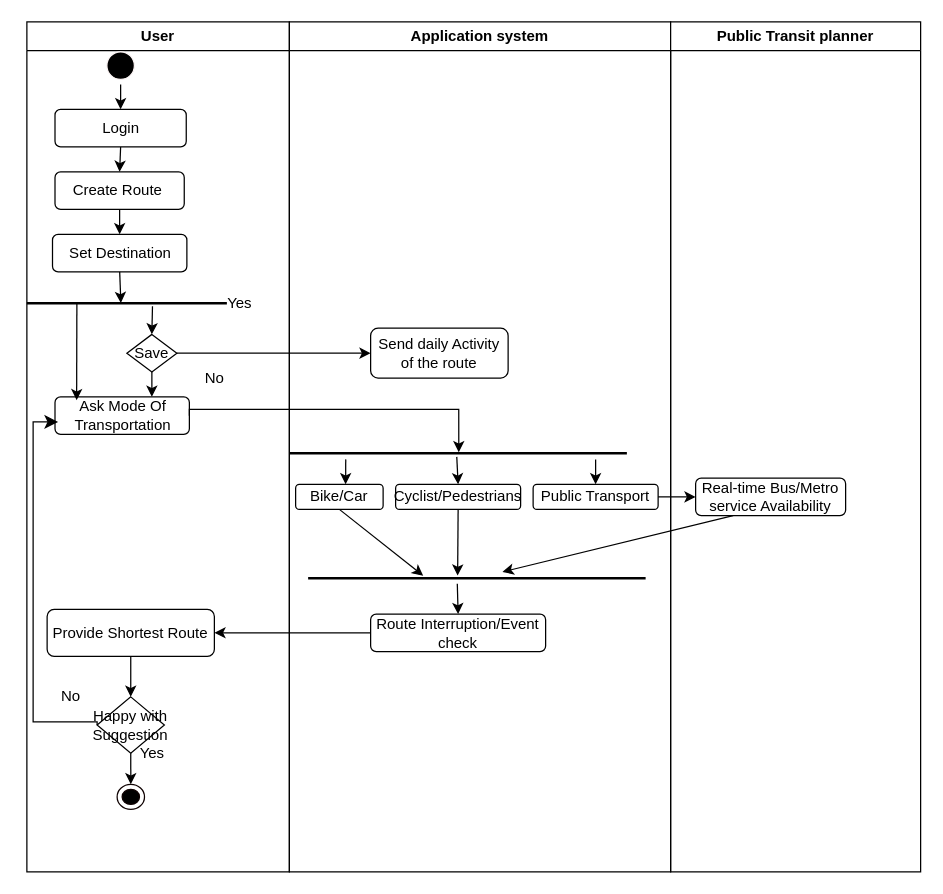
Before: CreateRoute.drawio in HariniRavi490/Demo-Repo, a draw.io diagram. Source tidied: cells renumbered, new cells numbered last; positions are measured from the earlier drawing's top-left corner, leaving out a move shared by most shapes. Both pictures are drawn from the tidied source at 125%, with x=0, y=0 at pixel (26, 21).
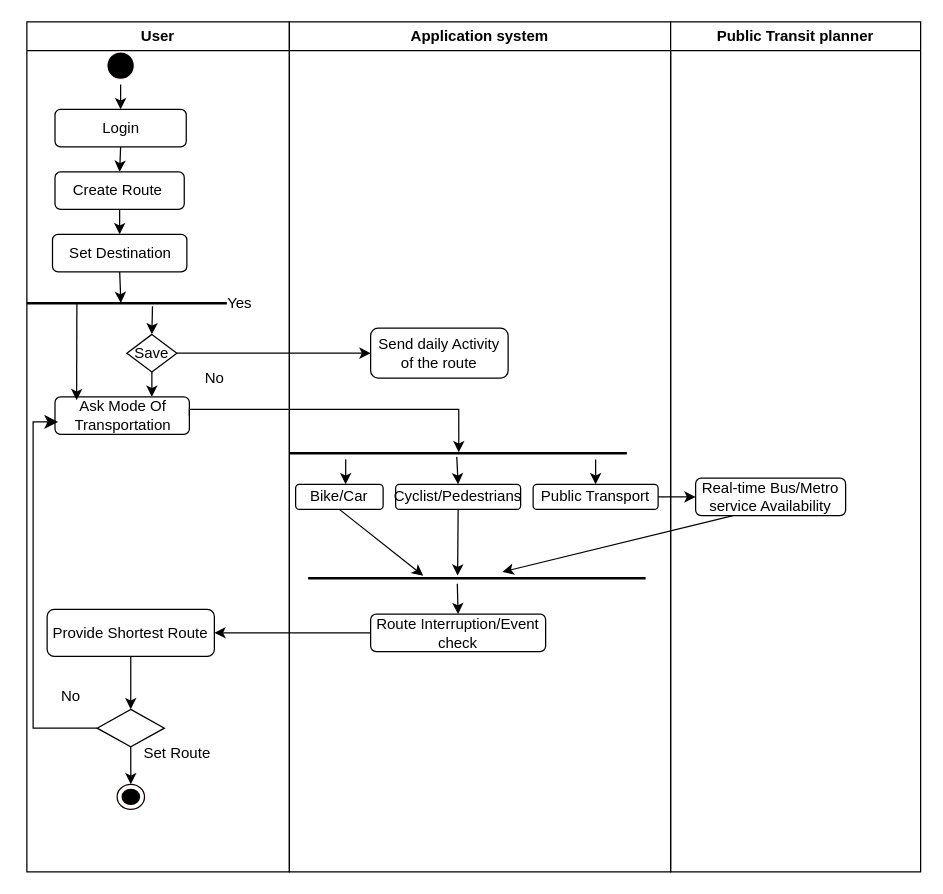
Above is the later version.

Unchanged cells that the change refers to:
```xml
<mxCell id="2" value="User" style="swimlane;whiteSpace=wrap;html=1;" parent="1" vertex="1">
  <mxGeometry width="210" height="680" as="geometry" />
</mxCell>
```

Diff of the diagram source:
```diff
@@
-    <mxCell id="14" value="Happy with Suggestion" style="shape=rhombus;html=1;dashed=0;whiteSpace=wrap;perimeter=rhombusPerimeter;" parent="2" vertex="1">
-      <mxGeometry x="56.2" y="540" width="53.8" height="45" as="geometry" />
+    <mxCell id="14" style="shape=rhombus;html=1;dashed=0;whiteSpace=wrap;perimeter=rhombusPerimeter;" parent="2" vertex="1">
+      <mxGeometry x="56.2" y="550" width="53.8" height="30" as="geometry" />
     </mxCell>
@@
-    <mxCell id="18" value="Yes" style="text;html=1;align=center;verticalAlign=middle;strokeColor=none;fillColor=none;" parent="2" vertex="1">
-      <mxGeometry x="80" y="570" width="40" height="30" as="geometry" />
+    <mxCell id="18" value="Set Route" style="text;html=1;align=center;verticalAlign=middle;strokeColor=none;fillColor=none;" parent="2" vertex="1">
+      <mxGeometry x="80" y="570" width="80" height="30" as="geometry" />
     </mxCell>
@@
     <mxCell id="38" style="edgeStyle=segmentEdgeStyle;endArrow=classic;html=1;curved=0;rounded=0;endSize=8;startSize=8;exitX=0;exitY=0.5;exitDx=0;exitDy=0;" parent="1" edge="1" source="14">
       <mxGeometry relative="1" as="geometry">
         <mxPoint x="25" y="320" as="targetPoint" />
         <Array as="points">
-          <mxPoint x="56" y="560" />
-          <mxPoint x="5" y="560" />
+          <mxPoint x="5" y="565" />
           <mxPoint x="5" y="320" />
         </Array>
       </mxGeometry>
     </mxCell>
```
